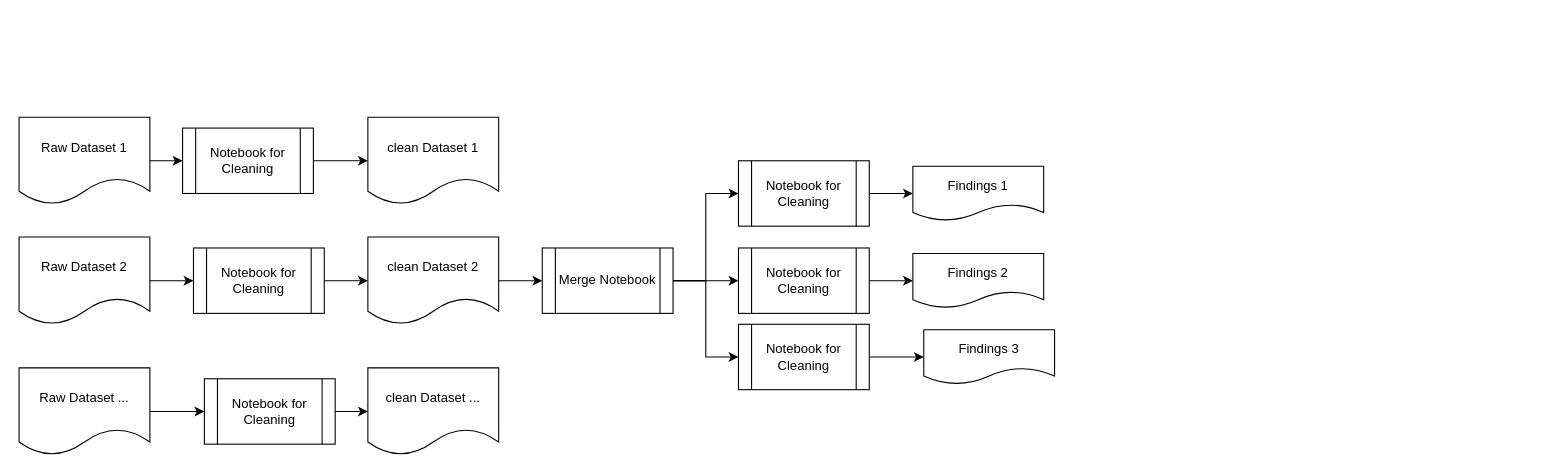
Earlier version of the draw.io diagram page "Reporting Process" (2 of 2) of UCB project 1.drawio (jerryevalentine/UCB-Project-1). Source tidied: cells renumbered, new cells numbered last; positions are measured from the earlier drawing's top-left corner, leaving out a move shared by most shapes. Both pictures are drawn from the tidied source at 109%, with x=0, y=0 at pixel (19, 117).
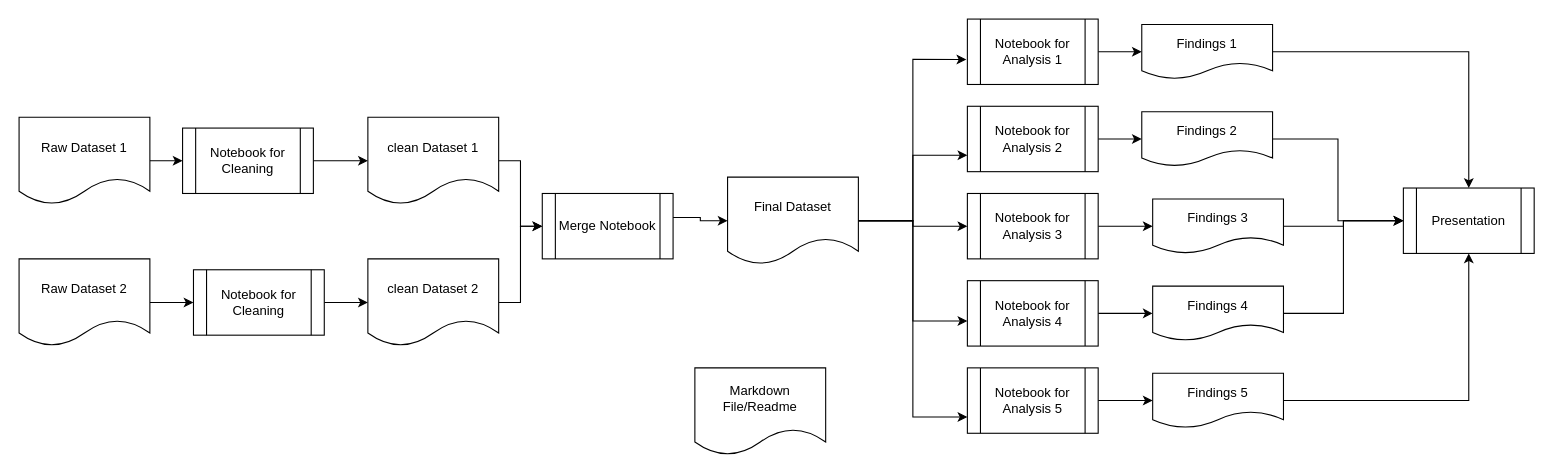
After the change.

The change refers to these unchanged cells:
```xml
<mxCell id="14" value="clean Dataset 1" style="shape=document;whiteSpace=wrap;html=1;boundedLbl=1;" parent="1" vertex="1">
  <mxGeometry x="320" width="120" height="80" as="geometry" />
</mxCell>
```

The edit, as a diff of the source:
```diff
@@
     <mxCell id="5" value="Raw Dataset 2" style="shape=document;whiteSpace=wrap;html=1;boundedLbl=1;" parent="1" vertex="1">
-      <mxGeometry y="110" width="120" height="80" as="geometry" />
+      <mxGeometry y="130" width="120" height="80" as="geometry" />
     </mxCell>
-    <mxCell id="6" style="edgeStyle=orthogonalEdgeStyle;rounded=0;jettySize=auto;html=1;" parent="1" edge="1" source="7" target="13">
-      <mxGeometry relative="1" as="geometry" />
-    </mxCell>
-    <mxCell id="7" value="Raw Dataset ..." style="shape=document;whiteSpace=wrap;html=1;boundedLbl=1;" parent="1" vertex="1">
-      <mxGeometry y="230" width="120" height="80" as="geometry" />
-    </mxCell>
@@
     <mxCell id="11" value="Notebook for Cleaning" style="shape=process;whiteSpace=wrap;html=1;backgroundOutline=1;" parent="1" vertex="1">
-      <mxGeometry x="160" y="120" width="120" height="60" as="geometry" />
+      <mxGeometry x="160" y="140" width="120" height="60" as="geometry" />
     </mxCell>
-    <mxCell id="12" style="edgeStyle=orthogonalEdgeStyle;rounded=0;jettySize=auto;html=1;" parent="1" edge="1" source="13" target="17">
-      <mxGeometry relative="1" as="geometry" />
-    </mxCell>
-    <mxCell id="13" value="Notebook for Cleaning" style="shape=process;whiteSpace=wrap;html=1;backgroundOutline=1;" parent="1" vertex="1">
-      <mxGeometry x="170" y="240" width="120" height="60" as="geometry" />
-    </mxCell>
+    <mxCell id="31" style="edgeStyle=orthogonalEdgeStyle;rounded=0;jettySize=auto;html=1;entryX=0;entryY=0.5;entryDx=0;entryDy=0;" parent="1" edge="1" source="14" target="21">
+      <mxGeometry relative="1" as="geometry" />
+    </mxCell>
@@
     <mxCell id="16" value="clean Dataset 2" style="shape=document;whiteSpace=wrap;html=1;boundedLbl=1;" parent="1" vertex="1">
-      <mxGeometry x="320" y="110" width="120" height="80" as="geometry" />
+      <mxGeometry x="320" y="130" width="120" height="80" as="geometry" />
     </mxCell>
-    <mxCell id="17" value="clean Dataset ..." style="shape=document;whiteSpace=wrap;html=1;boundedLbl=1;" parent="1" vertex="1">
-      <mxGeometry x="320" y="230" width="120" height="80" as="geometry" />
-    </mxCell>
-    <mxCell id="18" style="edgeStyle=orthogonalEdgeStyle;rounded=0;jettySize=auto;html=1;entryX=0;entryY=0.5;entryDx=0;entryDy=0;" parent="1" edge="1" source="21" target="23">
-      <mxGeometry relative="1" as="geometry" />
-    </mxCell>
-    <mxCell id="19" style="edgeStyle=orthogonalEdgeStyle;rounded=0;jettySize=auto;html=1;" parent="1" edge="1" source="21" target="25">
-      <mxGeometry relative="1" as="geometry" />
-    </mxCell>
-    <mxCell id="20" style="edgeStyle=orthogonalEdgeStyle;rounded=0;jettySize=auto;html=1;entryX=0;entryY=0.5;entryDx=0;entryDy=0;" parent="1" edge="1" source="21" target="27">
-      <mxGeometry relative="1" as="geometry" />
-    </mxCell>
+    <mxCell id="32" style="edgeStyle=orthogonalEdgeStyle;rounded=0;jettySize=auto;html=1;exitX=0.958;exitY=0.367;exitDx=0;exitDy=0;exitPerimeter=0;" parent="1" edge="1" source="21" target="48">
+      <mxGeometry relative="1" as="geometry" />
+    </mxCell>
     <mxCell id="21" value="Merge Notebook" style="shape=process;whiteSpace=wrap;html=1;backgroundOutline=1;" parent="1" vertex="1">
-      <mxGeometry x="480" y="120" width="120" height="60" as="geometry" />
+      <mxGeometry x="480" y="70" width="120" height="60" as="geometry" />
     </mxCell>
@@
-    <mxCell id="23" value="Notebook for Cleaning" style="shape=process;whiteSpace=wrap;html=1;backgroundOutline=1;" parent="1" vertex="1">
-      <mxGeometry x="660" y="40" width="120" height="60" as="geometry" />
+    <mxCell id="23" value="Notebook for Analysis 1" style="shape=process;whiteSpace=wrap;html=1;backgroundOutline=1;" parent="1" vertex="1">
+      <mxGeometry x="870" y="-90" width="120" height="60" as="geometry" />
     </mxCell>
@@
-    <mxCell id="25" value="Notebook for Cleaning" style="shape=process;whiteSpace=wrap;html=1;backgroundOutline=1;" parent="1" vertex="1">
-      <mxGeometry x="660" y="120" width="120" height="60" as="geometry" />
+    <mxCell id="25" value="Notebook for Analysis 2" style="shape=process;whiteSpace=wrap;html=1;backgroundOutline=1;" parent="1" vertex="1">
+      <mxGeometry x="870" y="-10" width="120" height="60" as="geometry" />
     </mxCell>
@@
-    <mxCell id="27" value="Notebook for Cleaning" style="shape=process;whiteSpace=wrap;html=1;backgroundOutline=1;" parent="1" vertex="1">
-      <mxGeometry x="660" y="190" width="120" height="60" as="geometry" />
+    <mxCell id="27" value="Notebook for Analysis 3" style="shape=process;whiteSpace=wrap;html=1;backgroundOutline=1;" parent="1" vertex="1">
+      <mxGeometry x="870" y="70" width="120" height="60" as="geometry" />
     </mxCell>
+    <mxCell id="33" style="edgeStyle=orthogonalEdgeStyle;rounded=0;jettySize=auto;html=1;entryX=0.5;entryY=0;entryDx=0;entryDy=0;" parent="1" edge="1" source="28" target="44">
+      <mxGeometry relative="1" as="geometry" />
+    </mxCell>
     <mxCell id="28" value="Findings 1" style="shape=document;whiteSpace=wrap;html=1;boundedLbl=1;" parent="1" vertex="1">
-      <mxGeometry x="820" y="45" width="120" height="50" as="geometry" />
+      <mxGeometry x="1030" y="-85" width="120" height="50" as="geometry" />
     </mxCell>
+    <mxCell id="34" style="edgeStyle=orthogonalEdgeStyle;rounded=0;jettySize=auto;html=1;" parent="1" edge="1" source="29" target="44">
+      <mxGeometry relative="1" as="geometry" />
+    </mxCell>
     <mxCell id="29" value="Findings 3" style="shape=document;whiteSpace=wrap;html=1;boundedLbl=1;" parent="1" vertex="1">
-      <mxGeometry x="830" y="195" width="120" height="50" as="geometry" />
+      <mxGeometry x="1040" y="75" width="120" height="50" as="geometry" />
     </mxCell>
+    <mxCell id="35" style="edgeStyle=orthogonalEdgeStyle;rounded=0;jettySize=auto;html=1;entryX=0;entryY=0.5;entryDx=0;entryDy=0;" parent="1" edge="1" source="30" target="44">
+      <mxGeometry relative="1" as="geometry" />
+    </mxCell>
     <mxCell id="30" value="Findings 2" style="shape=document;whiteSpace=wrap;html=1;boundedLbl=1;" parent="1" vertex="1">
-      <mxGeometry x="820" y="125" width="120" height="50" as="geometry" />
+      <mxGeometry x="1030" y="-5" width="120" height="50" as="geometry" />
     </mxCell>
+    <mxCell id="36" style="edgeStyle=orthogonalEdgeStyle;rounded=0;jettySize=auto;html=1;" parent="1" edge="1" source="37" target="39">
+      <mxGeometry relative="1" as="geometry" />
+    </mxCell>
+    <mxCell id="37" value="Notebook for Analysis 4" style="shape=process;whiteSpace=wrap;html=1;backgroundOutline=1;" parent="1" vertex="1">
+      <mxGeometry x="870" y="150" width="120" height="60" as="geometry" />
+    </mxCell>
+    <mxCell id="38" style="edgeStyle=orthogonalEdgeStyle;rounded=0;jettySize=auto;html=1;entryX=0;entryY=0.5;entryDx=0;entryDy=0;" parent="1" edge="1" source="39" target="44">
+      <mxGeometry relative="1" as="geometry" />
+    </mxCell>
+    <mxCell id="39" value="Findings 4" style="shape=document;whiteSpace=wrap;html=1;boundedLbl=1;" parent="1" vertex="1">
+      <mxGeometry x="1040" y="155" width="120" height="50" as="geometry" />
+    </mxCell>
+    <mxCell id="40" style="edgeStyle=orthogonalEdgeStyle;rounded=0;jettySize=auto;html=1;" parent="1" edge="1" source="41" target="43">
+      <mxGeometry relative="1" as="geometry" />
+    </mxCell>
+    <mxCell id="41" value="Notebook for Analysis 5" style="shape=process;whiteSpace=wrap;html=1;backgroundOutline=1;" parent="1" vertex="1">
+      <mxGeometry x="870" y="230" width="120" height="60" as="geometry" />
+    </mxCell>
+    <mxCell id="42" style="edgeStyle=orthogonalEdgeStyle;rounded=0;jettySize=auto;html=1;entryX=0.5;entryY=1;entryDx=0;entryDy=0;" parent="1" edge="1" source="43" target="44">
+      <mxGeometry relative="1" as="geometry" />
+    </mxCell>
+    <mxCell id="43" value="Findings 5" style="shape=document;whiteSpace=wrap;html=1;boundedLbl=1;" parent="1" vertex="1">
+      <mxGeometry x="1040" y="235" width="120" height="50" as="geometry" />
+    </mxCell>
+    <mxCell id="44" value="Presentation" style="shape=process;whiteSpace=wrap;html=1;backgroundOutline=1;" parent="1" vertex="1">
+      <mxGeometry x="1270" y="65" width="120" height="60" as="geometry" />
+    </mxCell>
+    <mxCell id="45" style="edgeStyle=orthogonalEdgeStyle;rounded=0;jettySize=auto;html=1;entryX=0;entryY=0.75;entryDx=0;entryDy=0;" parent="1" edge="1" source="48" target="41">
+      <mxGeometry relative="1" as="geometry" />
+    </mxCell>
+    <mxCell id="46" style="edgeStyle=orthogonalEdgeStyle;rounded=0;jettySize=auto;html=1;" parent="1" edge="1" source="48" target="27">
+      <mxGeometry relative="1" as="geometry" />
+    </mxCell>
+    <mxCell id="47" style="edgeStyle=orthogonalEdgeStyle;rounded=0;jettySize=auto;html=1;entryX=0;entryY=0.75;entryDx=0;entryDy=0;" parent="1" edge="1" source="48" target="25">
+      <mxGeometry relative="1" as="geometry" />
+    </mxCell>
+    <mxCell id="48" value="Final Dataset" style="shape=document;whiteSpace=wrap;html=1;boundedLbl=1;" parent="1" vertex="1">
+      <mxGeometry x="650" y="55" width="120" height="80" as="geometry" />
+    </mxCell>
+    <mxCell id="49" style="edgeStyle=orthogonalEdgeStyle;rounded=0;jettySize=auto;html=1;entryX=-0.008;entryY=0.617;entryDx=0;entryDy=0;entryPerimeter=0;" parent="1" edge="1" source="48" target="23">
+      <mxGeometry relative="1" as="geometry" />
+    </mxCell>
+    <mxCell id="50" style="edgeStyle=orthogonalEdgeStyle;rounded=0;jettySize=auto;html=1;entryX=0;entryY=0.617;entryDx=0;entryDy=0;entryPerimeter=0;" parent="1" edge="1" source="48" target="37">
+      <mxGeometry relative="1" as="geometry" />
+    </mxCell>
+    <mxCell id="51" value="Markdown File/Readme" style="shape=document;whiteSpace=wrap;html=1;boundedLbl=1;" parent="1" vertex="1">
+      <mxGeometry x="620" y="230" width="120" height="80" as="geometry" />
+    </mxCell>
```
